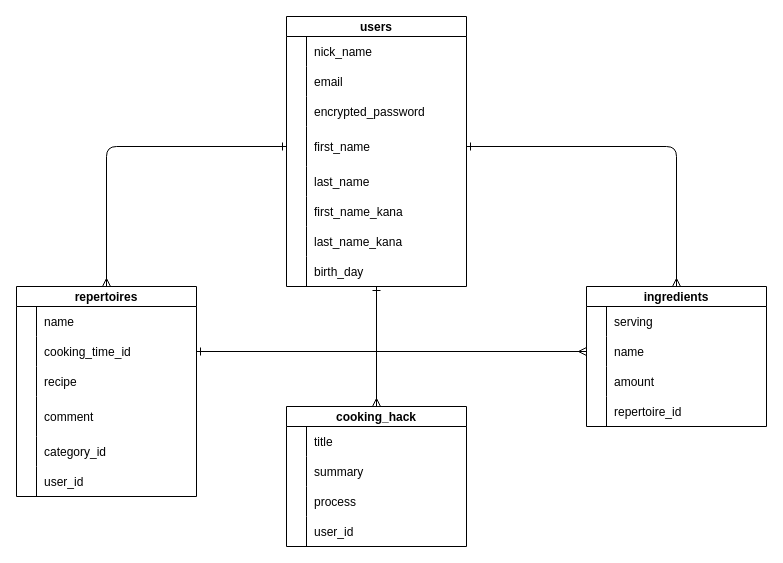
Earlier version of the draw.io diagram ER図.dio (t-akuya/cookhack). Source tidied: cells renumbered, new cells numbered last; positions are measured from the earlier drawing's top-left corner, leaving out a move shared by most shapes. Both pictures are drawn from the tidied source at 100%, with x=0, y=0 at pixel (16, 16).
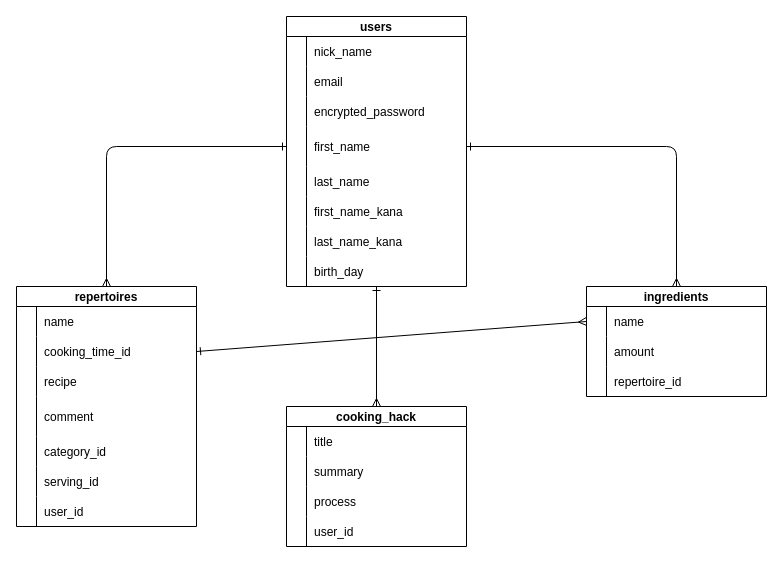
The same page after the edit.

The change refers to these unchanged cells:
```xml
<mxCell id="44" style="shape=partialRectangle;fillColor=none;top=0;left=0;bottom=0;right=0;" parent="28" vertex="1">
  <mxGeometry y="180" width="180" height="30" as="geometry" />
</mxCell>
```

What changed in the source:
```diff
@@
     <mxCell id="28" value="repertoires" style="shape=table;startSize=20;childLayout=tableLayout;rowLines=0;fontStyle=1;align=center;" parent="1" vertex="1">
-      <mxGeometry y="270" width="180" height="210" as="geometry" />
+      <mxGeometry y="270" width="180" height="240" as="geometry" />
     </mxCell>
@@
-    <mxCell id="46" value="user_id" style="shape=partialRectangle;fillColor=none;top=0;left=0;bottom=0;right=0;align=left;spacingLeft=6;overflow=hidden;" parent="44" vertex="1">
+    <mxCell id="46" value="serving_id" style="shape=partialRectangle;fillColor=none;top=0;left=0;bottom=0;right=0;align=left;spacingLeft=6;overflow=hidden;" parent="44" vertex="1">
       <mxGeometry x="20" width="160" height="30" as="geometry" />
     </mxCell>
+    <mxCell id="76" style="shape=partialRectangle;fillColor=none;top=0;left=0;bottom=0;right=0;" parent="28" vertex="1">
+      <mxGeometry y="210" width="180" height="30" as="geometry" />
+    </mxCell>
+    <mxCell id="62" style="shape=partialRectangle;fillColor=none;top=0;left=0;bottom=0;right=0;overflow=hidden;" parent="76" vertex="1">
+      <mxGeometry width="20" height="30" as="geometry" />
+    </mxCell>
+    <mxCell id="77" value="user_id" style="shape=partialRectangle;fillColor=none;top=0;left=0;bottom=0;right=0;align=left;spacingLeft=6;overflow=hidden;" parent="76" vertex="1">
+      <mxGeometry x="20" width="160" height="30" as="geometry" />
+    </mxCell>
@@
     <mxCell id="60" value="ingredients" style="shape=table;startSize=20;childLayout=tableLayout;rowLines=0;fontStyle=1;align=center;" parent="1" vertex="1">
-      <mxGeometry x="570" y="270" width="180" height="140" as="geometry" />
+      <mxGeometry x="570" y="270" width="180" height="110" as="geometry" />
     </mxCell>
-    <mxCell id="61" style="shape=partialRectangle;fillColor=none;top=0;left=0;bottom=0;right=0;" parent="60" vertex="1">
-      <mxGeometry y="20" width="180" height="30" as="geometry" />
-    </mxCell>
-    <mxCell id="62" style="shape=partialRectangle;fillColor=none;top=0;left=0;bottom=0;right=0;overflow=hidden;" parent="61" vertex="1">
-      <mxGeometry width="20" height="30" as="geometry" />
-    </mxCell>
-    <mxCell id="63" value="serving" style="shape=partialRectangle;fillColor=none;top=0;left=0;bottom=0;right=0;align=left;spacingLeft=6;overflow=hidden;" parent="61" vertex="1">
-      <mxGeometry x="20" width="160" height="30" as="geometry" />
-    </mxCell>
     <mxCell id="64" style="shape=partialRectangle;fillColor=none;top=0;left=0;bottom=0;right=0;points=[[0,0.5],[1,0.5]];portConstraint=eastwest;" parent="60" vertex="1">
-      <mxGeometry y="50" width="180" height="30" as="geometry" />
+      <mxGeometry y="20" width="180" height="30" as="geometry" />
     </mxCell>
@@
     <mxCell id="67" style="shape=partialRectangle;fillColor=none;top=0;left=0;bottom=0;right=0;" parent="60" vertex="1">
-      <mxGeometry y="80" width="180" height="30" as="geometry" />
+      <mxGeometry y="50" width="180" height="30" as="geometry" />
     </mxCell>
@@
     <mxCell id="70" style="shape=partialRectangle;fillColor=none;top=0;left=0;bottom=0;right=0;" parent="60" vertex="1">
-      <mxGeometry y="110" width="180" height="30" as="geometry" />
+      <mxGeometry y="80" width="180" height="30" as="geometry" />
     </mxCell>
```
